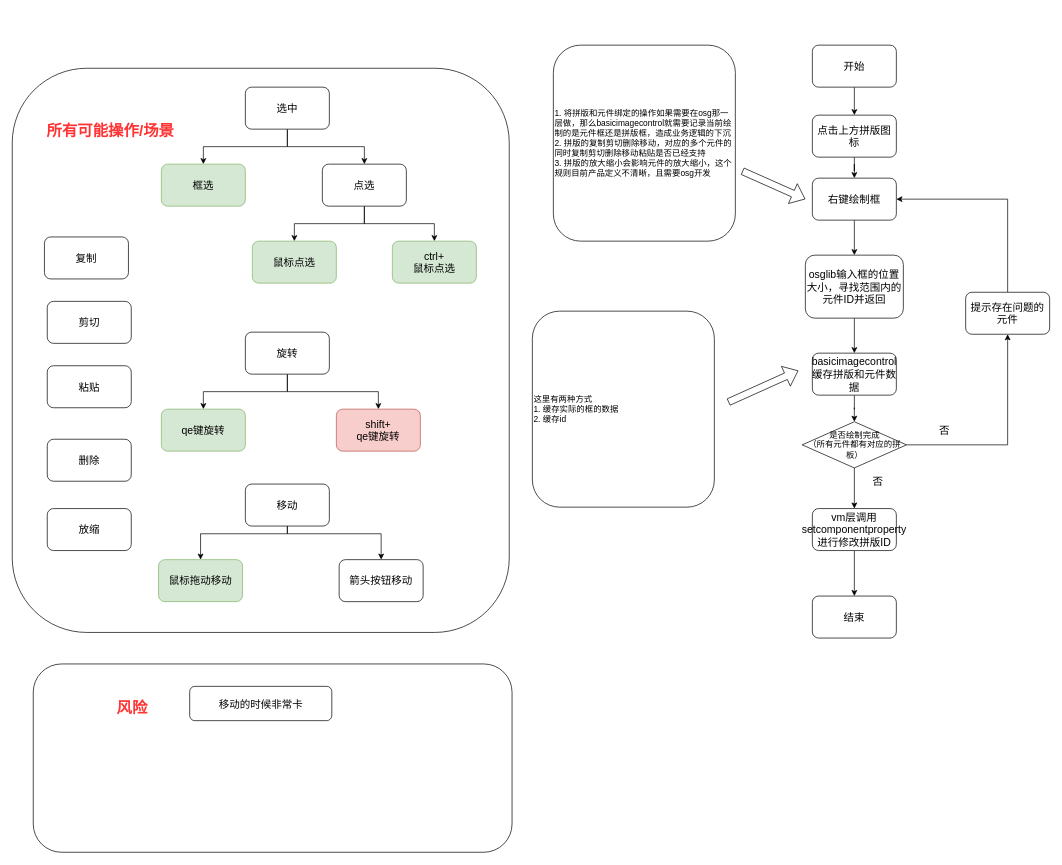
Above: 新建拼版流程图.drawio in notThisMoment/drawIo (draw.io), before the change. Source tidied: cells renumbered, new cells numbered last; positions are measured from the earlier drawing's top-left corner, leaving out a move shared by most shapes. Both pictures are drawn from the tidied source at 70%, with x=0, y=0 at pixel (12, 45).
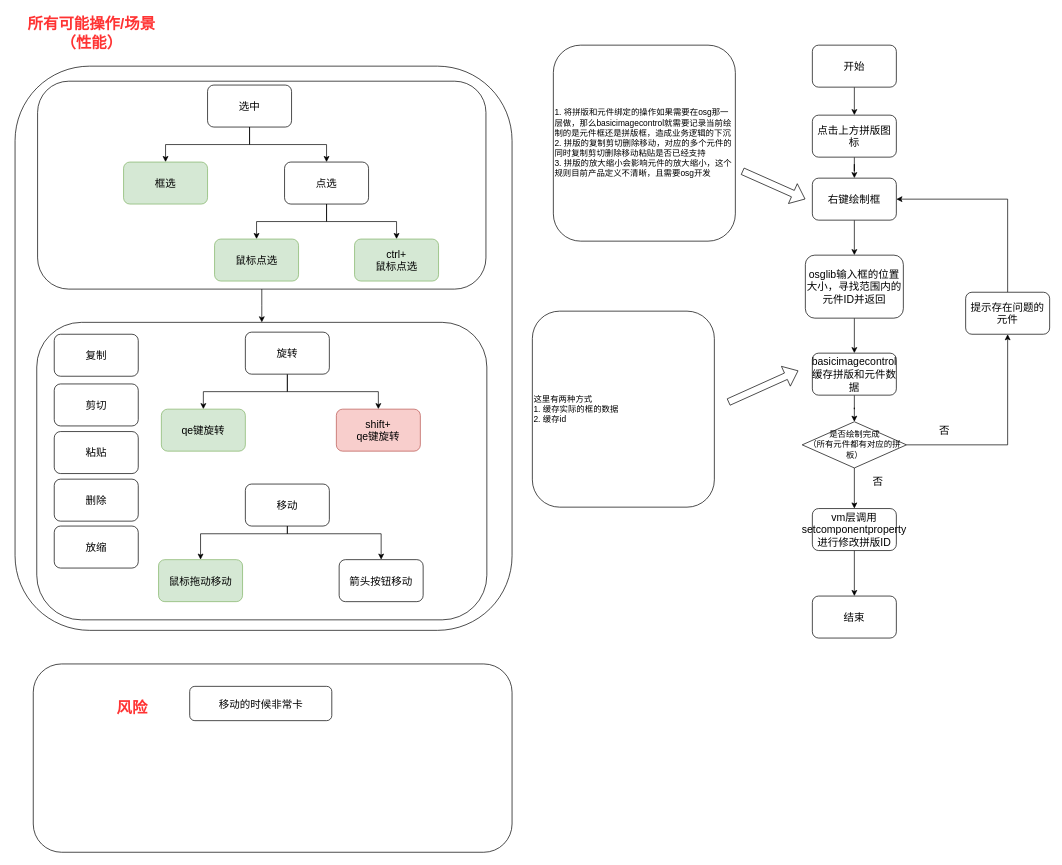
Above is the later version.

Commit message:
更新新建拼版流程图.drawio

The edit, as a diff of the source:
```diff
@@
     <mxCell id="2" style="rounded=1;whiteSpace=wrap;html=1;" parent="1" vertex="1">
-      <mxGeometry y="33" width="710" height="806" as="geometry" />
+      <mxGeometry x="4" y="30" width="710" height="806" as="geometry" />
     </mxCell>
+    <mxCell id="55" style="edgeStyle=orthogonalEdgeStyle;rounded=0;jettySize=auto;html=1;entryX=0.5;entryY=0;entryDx=0;entryDy=0;" parent="1" edge="1" source="56" target="57">
+      <mxGeometry relative="1" as="geometry" />
+    </mxCell>
+    <mxCell id="56" style="rounded=1;whiteSpace=wrap;html=1;" parent="1" vertex="1">
+      <mxGeometry x="36.2" y="51.5" width="640.5" height="297" as="geometry" />
+    </mxCell>
+    <mxCell id="57" style="rounded=1;whiteSpace=wrap;html=1;" parent="1" vertex="1">
+      <mxGeometry x="35" y="396" width="643" height="425" as="geometry" />
+    </mxCell>
@@
     <mxCell id="19" value="选中" style="rounded=1;whiteSpace=wrap;html=1;fontSize=15;" parent="1" vertex="1">
-      <mxGeometry x="333" y="60" width="120" height="60" as="geometry" />
+      <mxGeometry x="279" y="57" width="120" height="60" as="geometry" />
     </mxCell>
     <mxCell id="20" value="框选" style="rounded=1;whiteSpace=wrap;html=1;fontSize=15;fillColor=#d5e8d4;strokeColor=#82b366;" parent="1" vertex="1">
-      <mxGeometry x="213" y="170" width="120" height="60" as="geometry" />
+      <mxGeometry x="159" y="167" width="120" height="60" as="geometry" />
     </mxCell>
@@
     <mxCell id="23" value="点选" style="rounded=1;whiteSpace=wrap;html=1;fontSize=15;" parent="1" vertex="1">
-      <mxGeometry x="443" y="170" width="120" height="60" as="geometry" />
+      <mxGeometry x="389" y="167" width="120" height="60" as="geometry" />
     </mxCell>
     <mxCell id="24" value="鼠标点选" style="rounded=1;whiteSpace=wrap;html=1;fontSize=15;fillColor=#d5e8d4;strokeColor=#82b366;" parent="1" vertex="1">
-      <mxGeometry x="343" y="280" width="120" height="60" as="geometry" />
+      <mxGeometry x="289" y="277" width="120" height="60" as="geometry" />
     </mxCell>
     <mxCell id="25" value="ctrl+&lt;br&gt;鼠标点选" style="rounded=1;whiteSpace=wrap;html=1;fontSize=15;fillColor=#d5e8d4;strokeColor=#82b366;" parent="1" vertex="1">
-      <mxGeometry x="543" y="280" width="120" height="60" as="geometry" />
+      <mxGeometry x="489" y="277" width="120" height="60" as="geometry" />
     </mxCell>
@@
     <mxCell id="36" value="剪切" style="rounded=1;whiteSpace=wrap;html=1;fontSize=15;" parent="1" vertex="1">
-      <mxGeometry x="50" y="366" width="120" height="60" as="geometry" />
+      <mxGeometry x="60" y="484" width="120" height="60" as="geometry" />
     </mxCell>
     <mxCell id="37" value="复制" style="rounded=1;whiteSpace=wrap;html=1;fontSize=15;" parent="1" vertex="1">
-      <mxGeometry x="46" y="274" width="120" height="60" as="geometry" />
+      <mxGeometry x="60" y="413" width="120" height="60" as="geometry" />
     </mxCell>
     <mxCell id="38" value="粘贴" style="rounded=1;whiteSpace=wrap;html=1;fontSize=15;" parent="1" vertex="1">
-      <mxGeometry x="50" y="458" width="120" height="60" as="geometry" />
+      <mxGeometry x="60" y="552" width="120" height="60" as="geometry" />
     </mxCell>
     <mxCell id="39" value="放缩" style="rounded=1;whiteSpace=wrap;html=1;fontSize=15;" parent="1" vertex="1">
-      <mxGeometry x="50" y="662" width="120" height="60" as="geometry" />
+      <mxGeometry x="60" y="687" width="120" height="60" as="geometry" />
     </mxCell>
-    <mxCell id="40" value="所有可能操作/场景" style="text;html=1;strokeColor=none;fillColor=none;align=center;verticalAlign=middle;whiteSpace=wrap;rounded=0;fontSize=22;fontColor=#FF3333;fontStyle=1;" parent="1" vertex="1">
-      <mxGeometry x="35" y="92" width="211" height="61" as="geometry" />
+    <mxCell id="40" value="所有可能操作/场景&lt;br&gt;（性能）" style="text;html=1;strokeColor=none;fillColor=none;align=center;verticalAlign=middle;whiteSpace=wrap;rounded=0;fontSize=22;fontColor=#FF3333;fontStyle=1;" parent="1" vertex="1">
+      <mxGeometry x="8" y="-47" width="211" height="61" as="geometry" />
     </mxCell>
     <mxCell id="41" value="删除" style="rounded=1;whiteSpace=wrap;html=1;fontSize=15;" parent="1" vertex="1">
-      <mxGeometry x="50" y="563" width="120" height="60" as="geometry" />
+      <mxGeometry x="60" y="620" width="120" height="60" as="geometry" />
     </mxCell>
```
